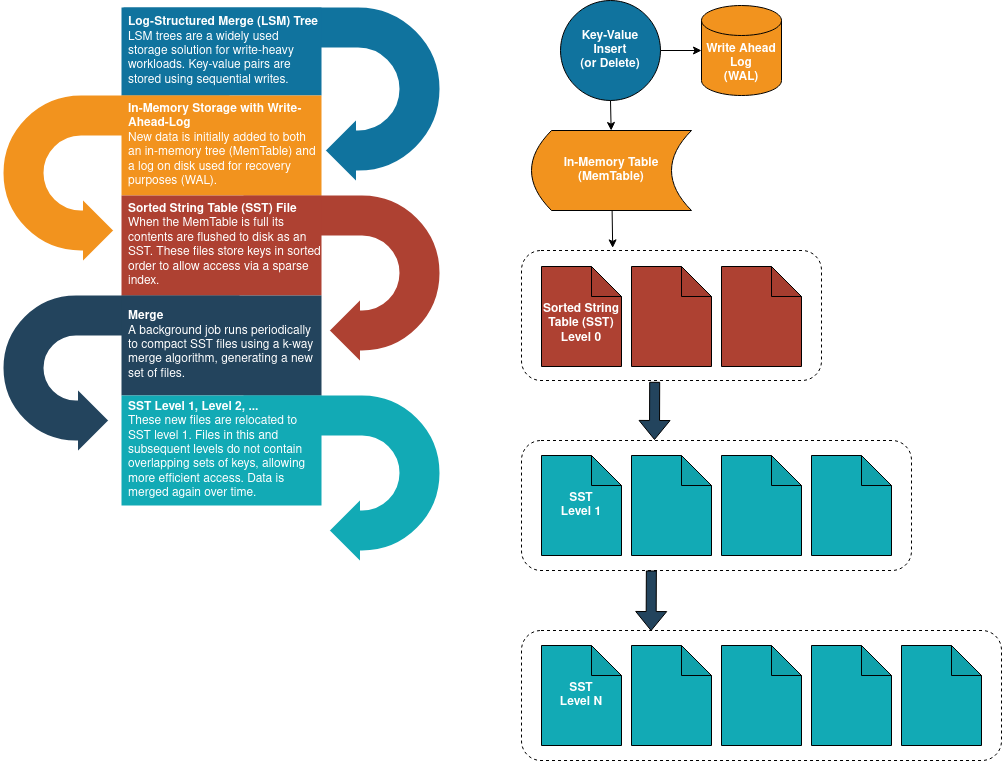
The draw.io diagram docs/images/lsm-data-struct.png in justinethier/keyva, before a commit. Source tidied: cells renumbered, new cells last; positions are measured from the earlier drawing's top-left corner, leaving out a move shared by most shapes.
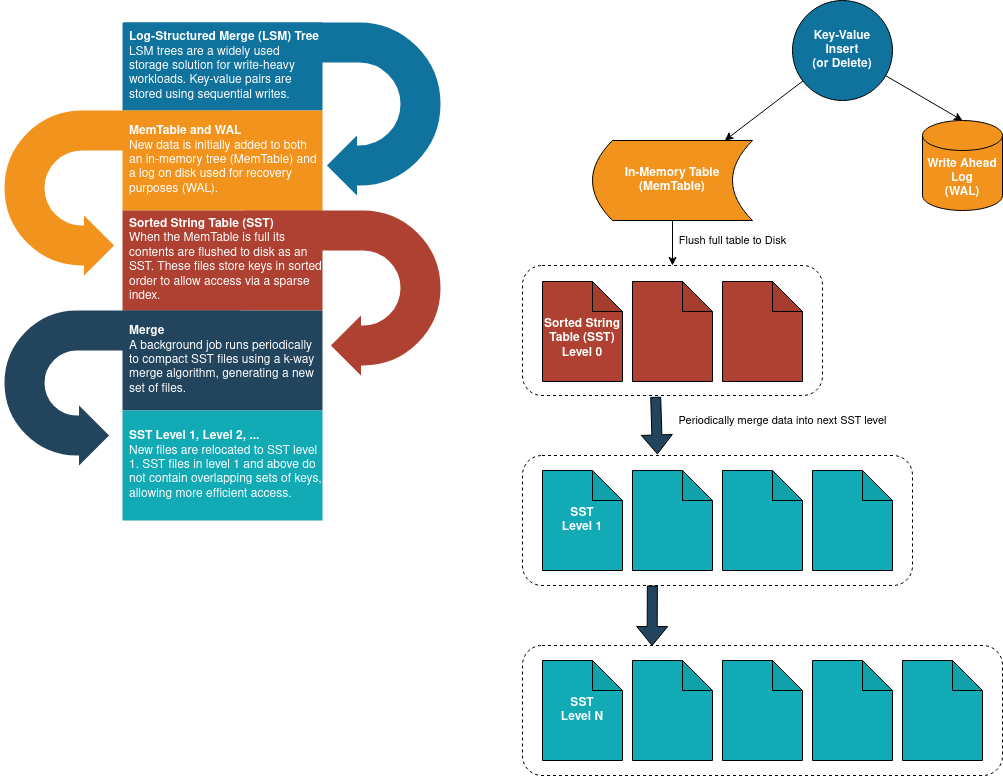
The same file after the commit.

Change to the diagram source:
```diff
@@ -3,13 +3,13 @@
     <mxCell id="0" />
     <mxCell id="1" parent="0" />
     <mxCell id="2" value="Write Ahead Log&lt;br style=&quot;font-size: 12px;&quot;&gt;(WAL)" style="shape=cylinder3;whiteSpace=wrap;html=1;boundedLbl=1;backgroundOutline=1;size=15;fillColor=#F2931E;fontColor=#FFFFFF;fontSize=12;fontStyle=1;" parent="1" vertex="1">
-      <mxGeometry x="700" y="5" width="80" height="90" as="geometry" />
+      <mxGeometry x="920" y="105" width="80" height="90" as="geometry" />
     </mxCell>
     <mxCell id="3" value="In-Memory Table&lt;br style=&quot;font-size: 12px&quot;&gt;(MemTable)" style="shape=dataStorage;whiteSpace=wrap;html=1;fixedSize=1;fillColor=#F2931E;fontColor=#FFFFFF;fontSize=12;fontStyle=1;" parent="1" vertex="1">
-      <mxGeometry x="530" y="130" width="160" height="80" as="geometry" />
+      <mxGeometry x="590" y="125" width="160" height="80" as="geometry" />
     </mxCell>
     <mxCell id="4" value="&lt;div&gt;Key-Value&lt;/div&gt;&lt;div&gt;Insert&lt;/div&gt;&lt;div&gt;(or Delete)&lt;br&gt;&lt;/div&gt;" style="ellipse;whiteSpace=wrap;html=1;fillColor=#10739E;fontColor=#FFFFFF;fontSize=12;fontStyle=1;" parent="1" vertex="1">
-      <mxGeometry x="559" width="100" height="100" as="geometry" />
+      <mxGeometry x="790" y="-15" width="100" height="100" as="geometry" />
     </mxCell>
     <mxCell id="5" style="shape=note;whiteSpace=wrap;html=1;backgroundOutline=1;darkOpacity=0.05;fillColor=#AE4132;" parent="1" vertex="1">
       <mxGeometry x="720" y="266" width="80" height="100" as="geometry" />
@@ -17,8 +17,8 @@
     <mxCell id="6" style="shape=note;whiteSpace=wrap;html=1;backgroundOutline=1;darkOpacity=0.05;fillColor=#AE4132;" parent="1" vertex="1">
       <mxGeometry x="630" y="266" width="80" height="100" as="geometry" />
     </mxCell>
-    <mxCell id="7" style="shape=flexArrow;endArrow=classic;html=1;rounded=0;fillColor=#23445D;exitX=0.444;exitY=1.01;exitDx=0;exitDy=0;exitPerimeter=0;entryX=0.341;entryY=-0.004;entryDx=0;entryDy=0;entryPerimeter=0;" parent="1" edge="1" source="24" target="28">
-      <mxGeometry relative="1" as="geometry" />
+    <mxCell id="7" value="Periodically merge data into next SST level" style="shape=flexArrow;endArrow=classic;html=1;rounded=0;fillColor=#23445D;exitX=0.444;exitY=1.01;exitDx=0;exitDy=0;exitPerimeter=0;entryX=0.346;entryY=-0.008;entryDx=0;entryDy=0;entryPerimeter=0;" parent="1" edge="1" source="24" target="28">
+      <mxGeometry x="-0.05" y="126" relative="1" as="geometry" />
     </mxCell>
     <mxCell id="8" value="&lt;div style=&quot;font-size: 12px;&quot;&gt;&lt;br style=&quot;font-size: 12px;&quot;&gt;&lt;/div&gt;&lt;div style=&quot;font-size: 12px;&quot;&gt;Sorted String Table (SST)&lt;br style=&quot;font-size: 12px;&quot;&gt;&lt;/div&gt;&lt;div style=&quot;font-size: 12px;&quot;&gt;Level 0&lt;br style=&quot;font-size: 12px;&quot;&gt;&lt;/div&gt;" style="shape=note;whiteSpace=wrap;html=1;backgroundOutline=1;darkOpacity=0.05;fillColor=#AE4132;fontColor=#FFFFFF;fontSize=12;fontStyle=1;" parent="1" vertex="1">
       <mxGeometry x="540" y="266" width="80" height="100" as="geometry" />
@@ -38,9 +38,6 @@
     <mxCell id="13" style="shape=flexArrow;endArrow=classic;html=1;rounded=0;fillColor=#23445D;exitX=0.333;exitY=1;exitDx=0;exitDy=0;exitPerimeter=0;entryX=0.27;entryY=0.004;entryDx=0;entryDy=0;entryPerimeter=0;" parent="1" edge="1" source="28" target="33">
       <mxGeometry relative="1" as="geometry" />
     </mxCell>
-    <mxCell id="14" style="html=1;shadow=0;dashed=0;align=center;verticalAlign=middle;shape=mxgraph.arrows2.uTurnArrow;dy=22;arrowHead=70;dx2=35;strokeColor=#ffffff;fillColor=#12AAB5;fontSize=12;fontColor=#3333FF;flipH=1;flipV=1;strokeWidth=4;" parent="1" vertex="1">
-      <mxGeometry x="240" y="393" width="200" height="172" as="geometry" />
-    </mxCell>
     <mxCell id="15" style="html=1;shadow=0;dashed=0;align=center;verticalAlign=middle;shape=mxgraph.arrows2.uTurnArrow;dy=22;arrowHead=70;dx2=35;strokeColor=#ffffff;fillColor=#23445D;fontSize=12;fontColor=#3333FF;flipV=1;strokeWidth=4;" parent="1" vertex="1">
       <mxGeometry y="293" width="240" height="162" as="geometry" />
     </mxCell>
@@ -56,29 +53,29 @@
     <mxCell id="19" value="&lt;b style=&quot;font-size: 12px;&quot;&gt;Log-Structured Merge (LSM) Tree&lt;/b&gt;&lt;br style=&quot;font-size: 12px;&quot;&gt;LSM trees are a widely used storage solution for write-heavy workloads. Key-value pairs are stored using sequential writes." style="rounded=0;whiteSpace=wrap;shadow=0;strokeColor=none;strokeWidth=6;fillColor=#10739E;fontSize=12;fontColor=#FFFFFF;align=left;html=1;spacingLeft=5;" parent="1" vertex="1">
       <mxGeometry x="120" y="7" width="200" height="88" as="geometry" />
     </mxCell>
-    <mxCell id="20" value="&lt;b style=&quot;font-size: 12px;&quot;&gt;In-Memory Storage with Write-Ahead-Log&lt;/b&gt;&lt;br style=&quot;font-size: 12px;&quot;&gt;New data is initially added to both an in-memory tree (MemTable) and a log on disk used for recovery purposes (WAL)." style="rounded=0;whiteSpace=wrap;shadow=0;strokeColor=none;strokeWidth=6;fillColor=#F2931E;fontSize=12;fontColor=#FFFFFF;align=left;html=1;spacingLeft=5;" parent="1" vertex="1">
+    <mxCell id="20" value="&lt;b&gt;MemTable and WAL&lt;/b&gt;&lt;br style=&quot;font-size: 12px&quot;&gt;New data is initially added to both an in-memory tree (MemTable) and a log on disk used for recovery purposes (WAL)." style="rounded=0;whiteSpace=wrap;shadow=0;strokeColor=none;strokeWidth=6;fillColor=#F2931E;fontSize=12;fontColor=#FFFFFF;align=left;html=1;spacingLeft=5;" parent="1" vertex="1">
       <mxGeometry x="120" y="95" width="200" height="100" as="geometry" />
     </mxCell>
-    <mxCell id="21" value="&lt;b style=&quot;font-size: 12px&quot;&gt;Sorted String Table (SST) File&lt;/b&gt;&lt;br style=&quot;font-size: 12px&quot;&gt;When the MemTable is full its contents are flushed to disk as an SST. These files store keys in sorted order to allow access via a sparse index." style="rounded=0;whiteSpace=wrap;shadow=0;strokeColor=none;strokeWidth=6;fillColor=#AE4132;fontSize=12;fontColor=#FFFFFF;align=left;html=1;spacingLeft=5;" parent="1" vertex="1">
+    <mxCell id="21" value="&lt;b style=&quot;font-size: 12px&quot;&gt;Sorted String Table (SST)&lt;/b&gt;&lt;br style=&quot;font-size: 12px&quot;&gt;When the MemTable is full its contents are flushed to disk as an SST. These files store keys in sorted order to allow access via a sparse index." style="rounded=0;whiteSpace=wrap;shadow=0;strokeColor=none;strokeWidth=6;fillColor=#AE4132;fontSize=12;fontColor=#FFFFFF;align=left;html=1;spacingLeft=5;" parent="1" vertex="1">
       <mxGeometry x="120" y="195" width="200" height="100" as="geometry" />
     </mxCell>
     <mxCell id="22" value="&lt;b style=&quot;font-size: 12px;&quot;&gt;Merge&lt;/b&gt;&lt;br style=&quot;font-size: 12px;&quot;&gt;A background job runs periodically to compact SST files using a k-way merge algorithm, generating a new set of files." style="rounded=0;whiteSpace=wrap;shadow=0;strokeColor=none;strokeWidth=6;fillColor=#23445D;fontSize=12;fontColor=#FFFFFF;align=left;html=1;spacingLeft=5;" parent="1" vertex="1">
       <mxGeometry x="120" y="295" width="200" height="100" as="geometry" />
     </mxCell>
-    <mxCell id="23" value="&lt;b style=&quot;font-size: 12px&quot;&gt;SST Level 1, Level 2, ...&lt;/b&gt;&lt;br style=&quot;font-size: 12px&quot;&gt;These new files are relocated to SST level 1. Files in this and subsequent levels do not contain overlapping sets of keys, allowing more efficient access. Data is merged again over time." style="rounded=0;whiteSpace=wrap;shadow=0;strokeColor=none;strokeWidth=6;fillColor=#12AAB5;fontSize=12;fontColor=#FFFFFF;align=left;html=1;spacingLeft=5;" parent="1" vertex="1">
+    <mxCell id="23" value="&lt;b style=&quot;font-size: 12px&quot;&gt;SST Level 1, Level 2, ...&lt;/b&gt;&lt;br style=&quot;font-size: 12px&quot;&gt;New files are relocated to SST level 1. SST files in level 1 and above do not contain overlapping sets of keys, allowing more efficient access. " style="rounded=0;whiteSpace=wrap;shadow=0;strokeColor=none;strokeWidth=6;fillColor=#12AAB5;fontSize=12;fontColor=#FFFFFF;align=left;html=1;spacingLeft=5;" parent="1" vertex="1">
       <mxGeometry x="120" y="395" width="200" height="110" as="geometry" />
     </mxCell>
     <mxCell id="24" style="rounded=1;whiteSpace=wrap;html=1;fillColor=none;dashed=1;" parent="1" vertex="1">
       <mxGeometry x="520" y="250" width="300" height="130" as="geometry" />
     </mxCell>
-    <mxCell id="25" style="endArrow=classic;html=1;rounded=0;" parent="1" edge="1" source="4" target="2">
+    <mxCell id="25" style="endArrow=classic;html=1;rounded=0;entryX=0.5;entryY=0;entryDx=0;entryDy=0;entryPerimeter=0;" parent="1" edge="1" source="4" target="2">
       <mxGeometry relative="1" as="geometry" />
     </mxCell>
     <mxCell id="26" style="endArrow=classic;html=1;rounded=0;" parent="1" edge="1" source="4" target="3">
       <mxGeometry relative="1" as="geometry" />
     </mxCell>
-    <mxCell id="27" style="endArrow=classic;html=1;rounded=0;entryX=0.304;entryY=-0.02;entryDx=0;entryDy=0;entryPerimeter=0;" parent="1" edge="1" source="3" target="24">
-      <mxGeometry relative="1" as="geometry" />
+    <mxCell id="27" value="Flush full table to Disk" style="endArrow=classic;html=1;rounded=0;" parent="1" edge="1" source="3" target="24">
+      <mxGeometry x="-0.11" y="60" relative="1" as="geometry" />
     </mxCell>
     <mxCell id="28" style="rounded=1;whiteSpace=wrap;html=1;fillColor=none;dashed=1;" parent="1" vertex="1">
       <mxGeometry x="520" y="440" width="390" height="130" as="geometry" />
```
